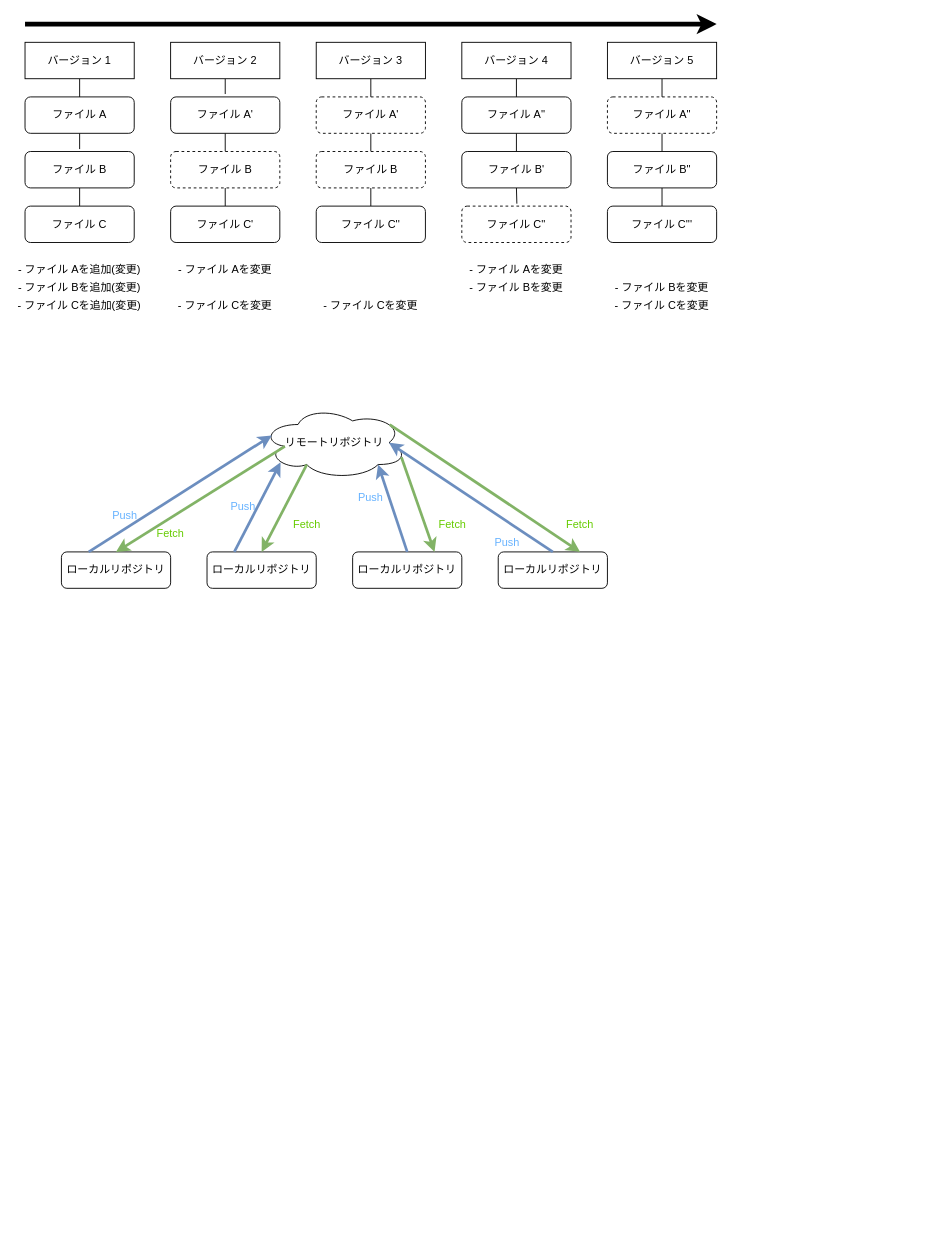
nnct-jo-ken/kickstart keeps this draw.io diagram as src/git/asset/git.drawio. Above is the earlier version. Source tidied: cells renumbered, new cells numbered last; positions are measured from the earlier drawing's top-left corner, leaving out a move shared by most shapes. Both pictures are drawn from the tidied source at 91%, with x=0, y=0 at pixel (15, 24).
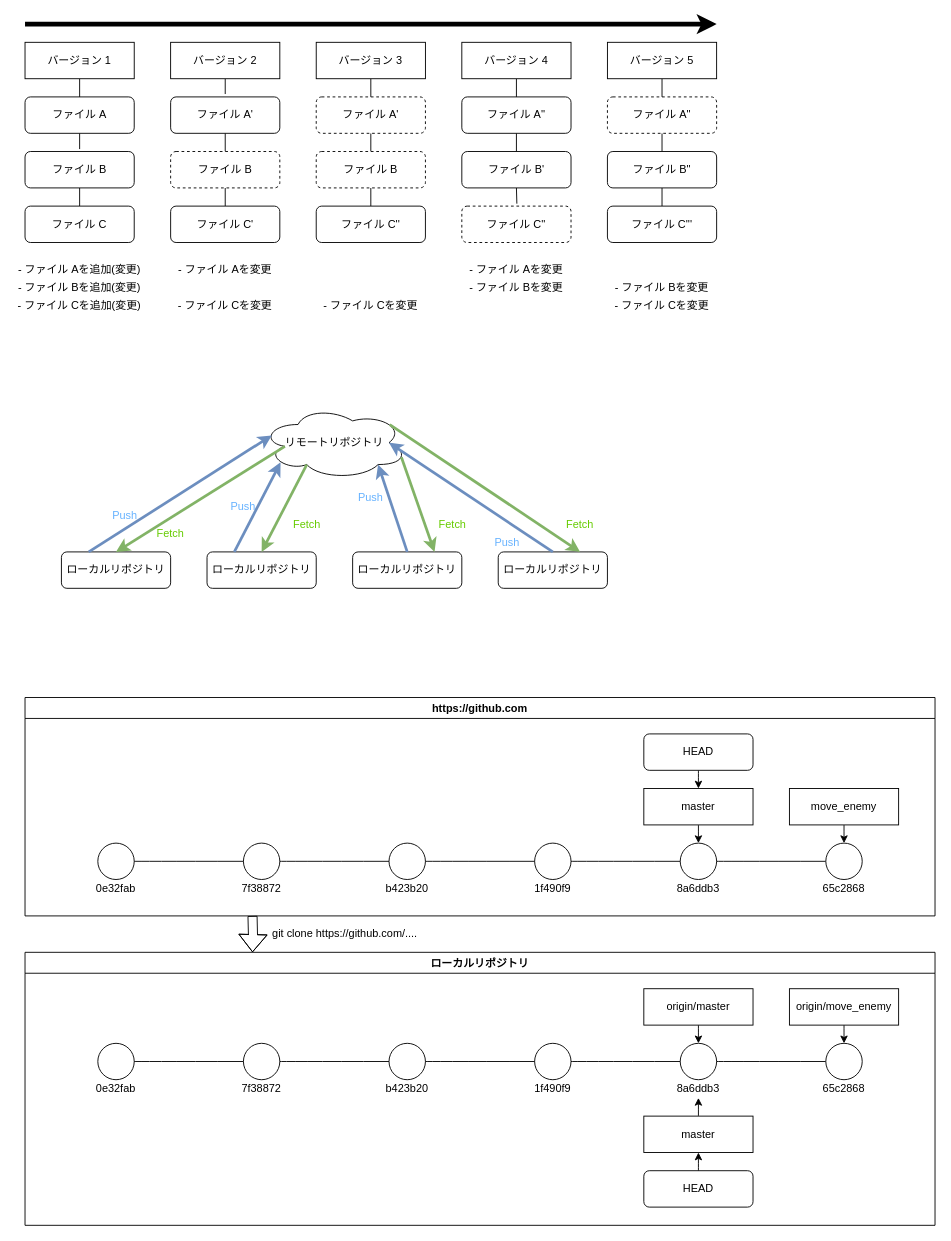
The same diagram, later.

Change to the diagram source:
```diff
@@
+    <mxCell id="69" style="edgeStyle=orthogonalEdgeStyle;curved=1;rounded=0;jettySize=auto;html=1;exitX=0.25;exitY=1;exitDx=0;exitDy=0;entryX=0.25;entryY=0;entryDx=0;entryDy=0;startArrow=none;startFill=0;endArrow=classic;endFill=1;shape=flexArrow;" parent="1" edge="1" target="94">
+      <mxGeometry relative="1" as="geometry">
+        <mxPoint x="260" y="980" as="sourcePoint" />
+      </mxGeometry>
+    </mxCell>
+    <mxCell id="70" value="https://github.com" style="swimlane;" parent="1" vertex="1">
+      <mxGeometry x="10" y="740" width="1000" height="240" as="geometry" />
+    </mxCell>
+    <mxCell id="71" style="ellipse;whiteSpace=wrap;html=1;" parent="70" vertex="1">
+      <mxGeometry x="80" y="160" width="40" height="40" as="geometry" />
+    </mxCell>
+    <mxCell id="72" style="ellipse;whiteSpace=wrap;html=1;" parent="70" vertex="1">
+      <mxGeometry x="240" y="160" width="40" height="40" as="geometry" />
+    </mxCell>
+    <mxCell id="73" style="edgeStyle=orthogonalEdgeStyle;rounded=0;jettySize=auto;html=1;exitX=1;exitY=0.5;exitDx=0;exitDy=0;entryX=0;entryY=0.5;entryDx=0;entryDy=0;endArrow=none;endFill=0;curved=1;" parent="70" edge="1" source="71" target="72">
+      <mxGeometry relative="1" as="geometry" />
+    </mxCell>
+    <mxCell id="74" style="ellipse;whiteSpace=wrap;html=1;" parent="70" vertex="1">
+      <mxGeometry x="400" y="160" width="40" height="40" as="geometry" />
+    </mxCell>
+    <mxCell id="75" style="edgeStyle=orthogonalEdgeStyle;curved=1;rounded=0;jettySize=auto;html=1;exitX=1;exitY=0.5;exitDx=0;exitDy=0;entryX=0;entryY=0.5;entryDx=0;entryDy=0;endArrow=none;endFill=0;" parent="70" edge="1" source="72" target="74">
+      <mxGeometry relative="1" as="geometry" />
+    </mxCell>
+    <mxCell id="76" style="ellipse;whiteSpace=wrap;html=1;" parent="70" vertex="1">
+      <mxGeometry x="560" y="160" width="40" height="40" as="geometry" />
+    </mxCell>
+    <mxCell id="77" style="edgeStyle=orthogonalEdgeStyle;curved=1;rounded=0;jettySize=auto;html=1;exitX=1;exitY=0.5;exitDx=0;exitDy=0;entryX=0;entryY=0.5;entryDx=0;entryDy=0;endArrow=none;endFill=0;" parent="70" edge="1" source="74" target="76">
+      <mxGeometry relative="1" as="geometry" />
+    </mxCell>
+    <mxCell id="78" value="0e32fab" style="text;html=1;strokeColor=none;fillColor=none;align=center;verticalAlign=middle;whiteSpace=wrap;rounded=0;" parent="70" vertex="1">
+      <mxGeometry x="70" y="200" width="60" height="20" as="geometry" />
+    </mxCell>
+    <mxCell id="79" value="7f38872" style="text;html=1;strokeColor=none;fillColor=none;align=center;verticalAlign=middle;whiteSpace=wrap;rounded=0;" parent="70" vertex="1">
+      <mxGeometry x="230" y="200" width="60" height="20" as="geometry" />
+    </mxCell>
+    <mxCell id="80" value="b423b20" style="text;html=1;strokeColor=none;fillColor=none;align=center;verticalAlign=middle;whiteSpace=wrap;rounded=0;" parent="70" vertex="1">
+      <mxGeometry x="390" y="200" width="60" height="20" as="geometry" />
+    </mxCell>
+    <mxCell id="81" value="1f490f9" style="text;html=1;strokeColor=none;fillColor=none;align=center;verticalAlign=middle;whiteSpace=wrap;rounded=0;" parent="70" vertex="1">
+      <mxGeometry x="550" y="200" width="60" height="20" as="geometry" />
+    </mxCell>
+    <mxCell id="82" style="ellipse;whiteSpace=wrap;html=1;" parent="70" vertex="1">
+      <mxGeometry x="720" y="160" width="40" height="40" as="geometry" />
+    </mxCell>
+    <mxCell id="83" style="edgeStyle=orthogonalEdgeStyle;curved=1;rounded=0;jettySize=auto;html=1;exitX=1;exitY=0.5;exitDx=0;exitDy=0;entryX=0;entryY=0.5;entryDx=0;entryDy=0;endArrow=none;endFill=0;" parent="70" edge="1" source="76" target="82">
+      <mxGeometry relative="1" as="geometry" />
+    </mxCell>
+    <mxCell id="84" value="8a6ddb3" style="text;html=1;strokeColor=none;fillColor=none;align=center;verticalAlign=middle;whiteSpace=wrap;rounded=0;" parent="70" vertex="1">
+      <mxGeometry x="710" y="200" width="60" height="20" as="geometry" />
+    </mxCell>
+    <mxCell id="85" style="edgeStyle=orthogonalEdgeStyle;curved=1;rounded=0;jettySize=auto;html=1;exitX=0.5;exitY=1;exitDx=0;exitDy=0;entryX=0.5;entryY=0;entryDx=0;entryDy=0;endArrow=classic;endFill=1;startArrow=none;startFill=0;" parent="70" edge="1" source="86" target="82">
+      <mxGeometry relative="1" as="geometry" />
+    </mxCell>
+    <mxCell id="86" value="master" style="rounded=0;whiteSpace=wrap;html=1;" parent="70" vertex="1">
+      <mxGeometry x="680" y="100" width="120" height="40" as="geometry" />
+    </mxCell>
+    <mxCell id="87" style="edgeStyle=orthogonalEdgeStyle;curved=1;rounded=0;jettySize=auto;html=1;entryX=0;entryY=0.5;entryDx=0;entryDy=0;endArrow=none;endFill=0;exitX=1;exitY=0.5;exitDx=0;exitDy=0;" parent="70" edge="1" source="82" target="88">
+      <mxGeometry relative="1" as="geometry" />
+    </mxCell>
+    <mxCell id="88" style="ellipse;whiteSpace=wrap;html=1;" parent="70" vertex="1">
+      <mxGeometry x="880" y="160" width="40" height="40" as="geometry" />
+    </mxCell>
+    <mxCell id="89" value="65c2868" style="text;html=1;strokeColor=none;fillColor=none;align=center;verticalAlign=middle;whiteSpace=wrap;rounded=0;" parent="70" vertex="1">
+      <mxGeometry x="870" y="200" width="60" height="20" as="geometry" />
+    </mxCell>
+    <mxCell id="90" style="edgeStyle=orthogonalEdgeStyle;curved=1;rounded=0;jettySize=auto;html=1;exitX=0.5;exitY=1;exitDx=0;exitDy=0;entryX=0.5;entryY=0;entryDx=0;entryDy=0;startArrow=none;startFill=0;endArrow=classic;endFill=1;" parent="70" edge="1" source="91" target="88">
+      <mxGeometry relative="1" as="geometry" />
+    </mxCell>
+    <mxCell id="91" value="move_enemy" style="rounded=0;whiteSpace=wrap;html=1;" parent="70" vertex="1">
+      <mxGeometry x="840" y="100" width="120" height="40" as="geometry" />
+    </mxCell>
+    <mxCell id="92" style="edgeStyle=orthogonalEdgeStyle;curved=1;rounded=0;jettySize=auto;html=1;exitX=0.5;exitY=1;exitDx=0;exitDy=0;entryX=0.5;entryY=0;entryDx=0;entryDy=0;startArrow=none;startFill=0;endArrow=classic;endFill=1;" parent="70" edge="1" source="93" target="86">
+      <mxGeometry relative="1" as="geometry" />
+    </mxCell>
+    <mxCell id="93" value="HEAD" style="rounded=1;whiteSpace=wrap;html=1;" parent="70" vertex="1">
+      <mxGeometry x="680" y="40" width="120" height="40" as="geometry" />
+    </mxCell>
+    <mxCell id="94" value="ローカルリポジトリ" style="swimlane;" parent="1" vertex="1">
+      <mxGeometry x="10" y="1020" width="1000" height="300" as="geometry" />
+    </mxCell>
+    <mxCell id="95" style="ellipse;whiteSpace=wrap;html=1;" parent="94" vertex="1">
+      <mxGeometry x="80" y="100" width="40" height="40" as="geometry" />
+    </mxCell>
+    <mxCell id="96" style="ellipse;whiteSpace=wrap;html=1;" parent="94" vertex="1">
+      <mxGeometry x="240" y="100" width="40" height="40" as="geometry" />
+    </mxCell>
+    <mxCell id="97" style="edgeStyle=orthogonalEdgeStyle;rounded=0;jettySize=auto;html=1;exitX=1;exitY=0.5;exitDx=0;exitDy=0;entryX=0;entryY=0.5;entryDx=0;entryDy=0;endArrow=none;endFill=0;curved=1;" parent="94" edge="1" source="95" target="96">
+      <mxGeometry relative="1" as="geometry" />
+    </mxCell>
+    <mxCell id="98" style="ellipse;whiteSpace=wrap;html=1;" parent="94" vertex="1">
+      <mxGeometry x="400" y="100" width="40" height="40" as="geometry" />
+    </mxCell>
+    <mxCell id="99" style="edgeStyle=orthogonalEdgeStyle;curved=1;rounded=0;jettySize=auto;html=1;exitX=1;exitY=0.5;exitDx=0;exitDy=0;entryX=0;entryY=0.5;entryDx=0;entryDy=0;endArrow=none;endFill=0;" parent="94" edge="1" source="96" target="98">
+      <mxGeometry relative="1" as="geometry" />
+    </mxCell>
+    <mxCell id="100" style="ellipse;whiteSpace=wrap;html=1;" parent="94" vertex="1">
+      <mxGeometry x="560" y="100" width="40" height="40" as="geometry" />
+    </mxCell>
+    <mxCell id="101" style="edgeStyle=orthogonalEdgeStyle;curved=1;rounded=0;jettySize=auto;html=1;exitX=1;exitY=0.5;exitDx=0;exitDy=0;entryX=0;entryY=0.5;entryDx=0;entryDy=0;endArrow=none;endFill=0;" parent="94" edge="1" source="98" target="100">
+      <mxGeometry relative="1" as="geometry" />
+    </mxCell>
+    <mxCell id="102" value="0e32fab" style="text;html=1;strokeColor=none;fillColor=none;align=center;verticalAlign=middle;whiteSpace=wrap;rounded=0;" parent="94" vertex="1">
+      <mxGeometry x="70" y="140" width="60" height="20" as="geometry" />
+    </mxCell>
+    <mxCell id="103" value="7f38872" style="text;html=1;strokeColor=none;fillColor=none;align=center;verticalAlign=middle;whiteSpace=wrap;rounded=0;" parent="94" vertex="1">
+      <mxGeometry x="230" y="140" width="60" height="20" as="geometry" />
+    </mxCell>
+    <mxCell id="104" value="b423b20" style="text;html=1;strokeColor=none;fillColor=none;align=center;verticalAlign=middle;whiteSpace=wrap;rounded=0;" parent="94" vertex="1">
+      <mxGeometry x="390" y="140" width="60" height="20" as="geometry" />
+    </mxCell>
+    <mxCell id="105" value="1f490f9" style="text;html=1;strokeColor=none;fillColor=none;align=center;verticalAlign=middle;whiteSpace=wrap;rounded=0;" parent="94" vertex="1">
+      <mxGeometry x="550" y="140" width="60" height="20" as="geometry" />
+    </mxCell>
+    <mxCell id="106" style="ellipse;whiteSpace=wrap;html=1;" parent="94" vertex="1">
+      <mxGeometry x="720" y="100" width="40" height="40" as="geometry" />
+    </mxCell>
+    <mxCell id="107" style="edgeStyle=orthogonalEdgeStyle;curved=1;rounded=0;jettySize=auto;html=1;exitX=1;exitY=0.5;exitDx=0;exitDy=0;entryX=0;entryY=0.5;entryDx=0;entryDy=0;endArrow=none;endFill=0;" parent="94" edge="1" source="100" target="106">
+      <mxGeometry relative="1" as="geometry" />
+    </mxCell>
+    <mxCell id="108" value="8a6ddb3" style="text;html=1;strokeColor=none;fillColor=none;align=center;verticalAlign=middle;whiteSpace=wrap;rounded=0;" parent="94" vertex="1">
+      <mxGeometry x="710" y="140" width="60" height="20" as="geometry" />
+    </mxCell>
+    <mxCell id="109" style="edgeStyle=orthogonalEdgeStyle;curved=1;rounded=0;jettySize=auto;html=1;exitX=0.5;exitY=1;exitDx=0;exitDy=0;entryX=0.5;entryY=0;entryDx=0;entryDy=0;endArrow=classic;endFill=1;startArrow=none;startFill=0;" parent="94" edge="1" source="110" target="106">
+      <mxGeometry relative="1" as="geometry" />
+    </mxCell>
+    <mxCell id="110" value="origin/master" style="rounded=0;whiteSpace=wrap;html=1;" parent="94" vertex="1">
+      <mxGeometry x="680" y="40" width="120" height="40" as="geometry" />
+    </mxCell>
+    <mxCell id="111" style="edgeStyle=orthogonalEdgeStyle;curved=1;rounded=0;jettySize=auto;html=1;entryX=0;entryY=0.5;entryDx=0;entryDy=0;endArrow=none;endFill=0;exitX=1;exitY=0.5;exitDx=0;exitDy=0;" parent="94" edge="1" source="106" target="112">
+      <mxGeometry relative="1" as="geometry" />
+    </mxCell>
+    <mxCell id="112" style="ellipse;whiteSpace=wrap;html=1;" parent="94" vertex="1">
+      <mxGeometry x="880" y="100" width="40" height="40" as="geometry" />
+    </mxCell>
+    <mxCell id="113" value="65c2868" style="text;html=1;strokeColor=none;fillColor=none;align=center;verticalAlign=middle;whiteSpace=wrap;rounded=0;" parent="94" vertex="1">
+      <mxGeometry x="870" y="140" width="60" height="20" as="geometry" />
+    </mxCell>
+    <mxCell id="114" style="edgeStyle=orthogonalEdgeStyle;curved=1;rounded=0;jettySize=auto;html=1;exitX=0.5;exitY=1;exitDx=0;exitDy=0;entryX=0.5;entryY=0;entryDx=0;entryDy=0;startArrow=none;startFill=0;endArrow=classic;endFill=1;" parent="94" edge="1" source="115" target="112">
+      <mxGeometry relative="1" as="geometry" />
+    </mxCell>
+    <mxCell id="115" value="origin/move_enemy" style="rounded=0;whiteSpace=wrap;html=1;" parent="94" vertex="1">
+      <mxGeometry x="840" y="40" width="120" height="40" as="geometry" />
+    </mxCell>
+    <mxCell id="116" style="edgeStyle=orthogonalEdgeStyle;curved=1;rounded=0;jettySize=auto;html=1;exitX=0.5;exitY=0;exitDx=0;exitDy=0;entryX=0.5;entryY=1;entryDx=0;entryDy=0;startArrow=none;startFill=0;endArrow=classic;endFill=1;" parent="94" edge="1" source="117" target="108">
+      <mxGeometry relative="1" as="geometry" />
+    </mxCell>
+    <mxCell id="117" value="master" style="rounded=0;whiteSpace=wrap;html=1;" parent="94" vertex="1">
+      <mxGeometry x="680" y="180" width="120" height="40" as="geometry" />
+    </mxCell>
+    <mxCell id="118" style="edgeStyle=orthogonalEdgeStyle;curved=1;rounded=0;jettySize=auto;html=1;exitX=0.5;exitY=0;exitDx=0;exitDy=0;entryX=0.5;entryY=1;entryDx=0;entryDy=0;startArrow=none;startFill=0;endArrow=classic;endFill=1;" parent="94" edge="1" source="119" target="117">
+      <mxGeometry relative="1" as="geometry" />
+    </mxCell>
+    <mxCell id="119" value="HEAD" style="rounded=1;whiteSpace=wrap;html=1;" parent="94" vertex="1">
+      <mxGeometry x="680" y="240" width="120" height="40" as="geometry" />
+    </mxCell>
+    <mxCell id="120" value="git clone https://github.com/...." style="text;html=1;strokeColor=none;fillColor=none;align=left;verticalAlign=middle;whiteSpace=wrap;rounded=0;" parent="1" vertex="1">
+      <mxGeometry x="280" y="980" width="170" height="40" as="geometry" />
+    </mxCell>
```
